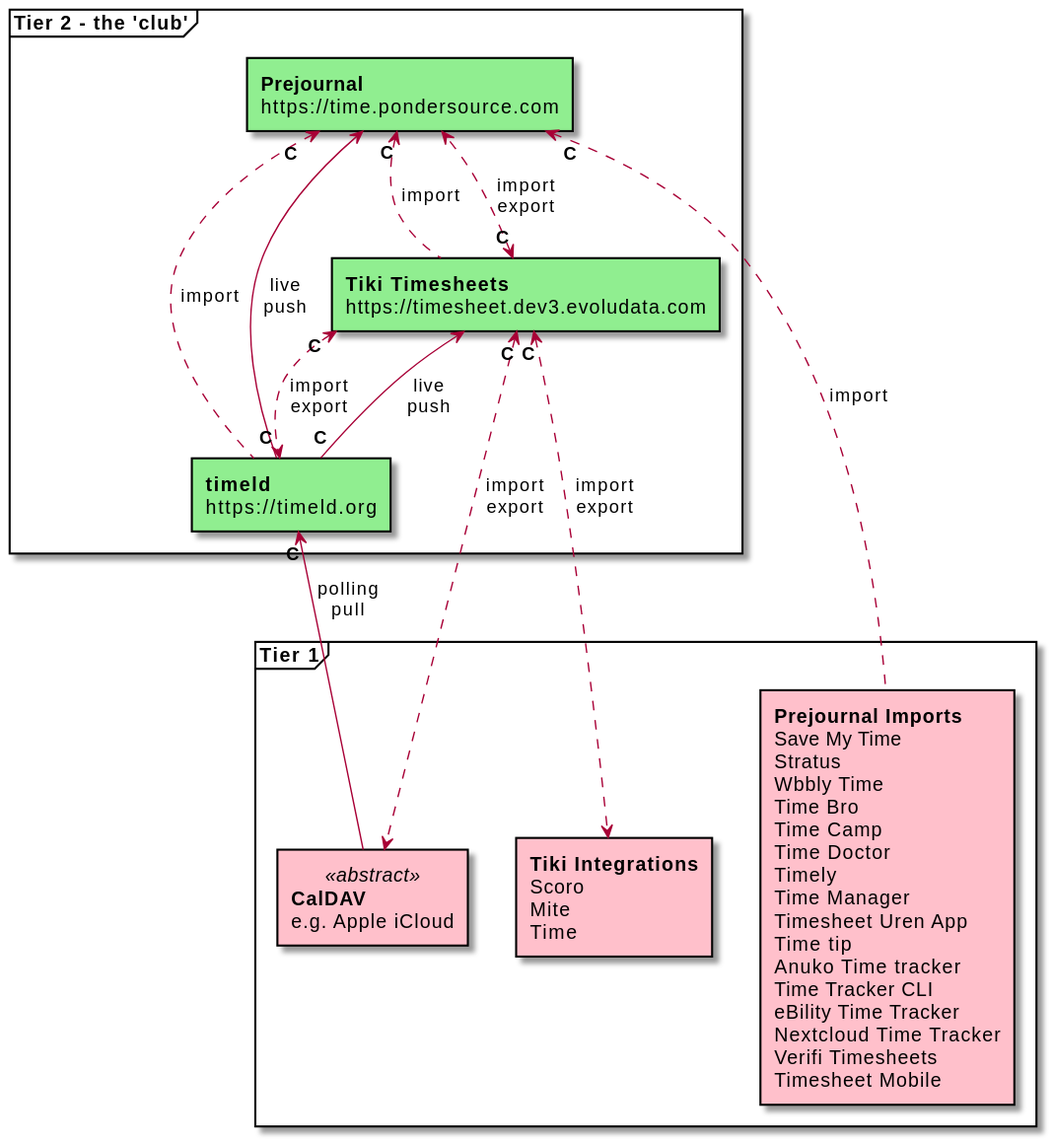
The PlantUML diagram architecture/img/timesheets-federation.svg in federatedbookkeeping/timesheets, before a commit.
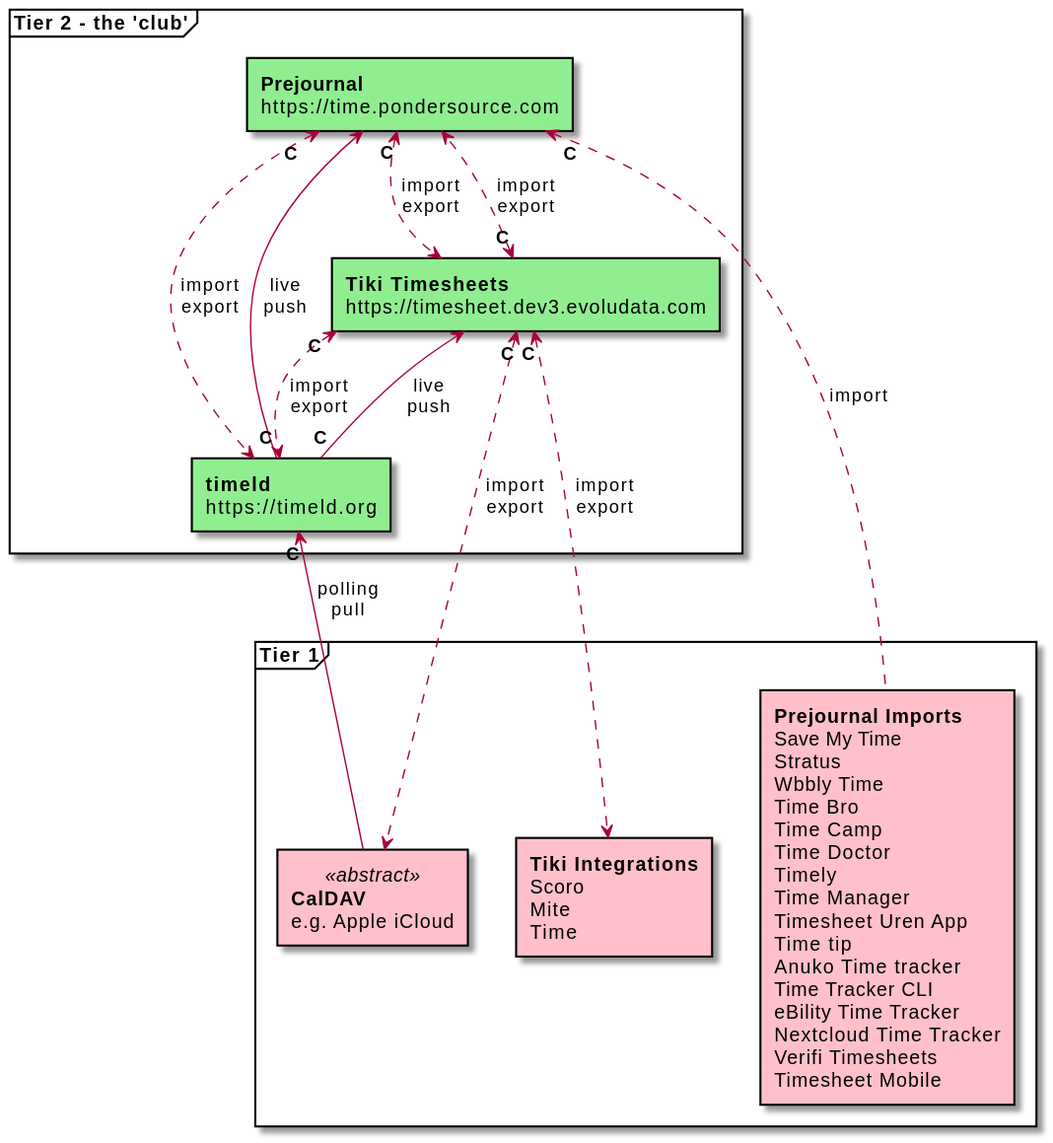
Later version of the same file.

Commit message:
Include Prejournal export to timeld & Tiki

Diff of the diagram source:
```diff
@@ -23,8 +23,8 @@
   tt "**C**" <..> tm: import\nexport
   tt "**C**" <..> pj: import\nexport
 
-  pj "**C**" <.. tt: import
-  pj "**C**" <.. tm: import
+  pj "**C**" <..> tt: import\nexport
+  pj "**C**" <..> tm: import\nexport
 }
 
 frame "Tier 1" {
```
